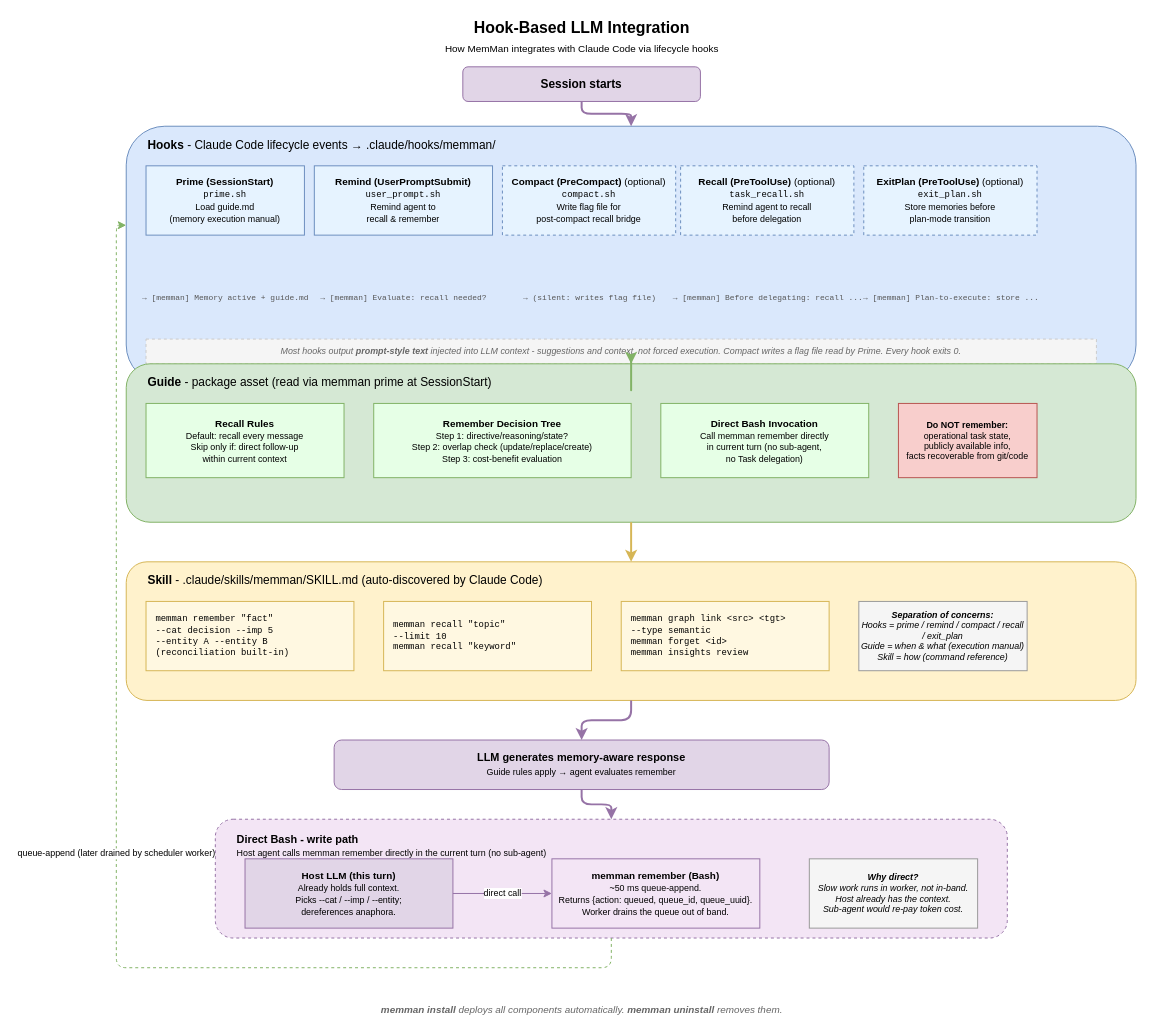
Earlier version of the draw.io diagram docs/diagrams/07-three-layer-integration.drawio (bissli/memman). Source tidied: cells renumbered, new cells numbered last; positions are measured from the earlier drawing's top-left corner, leaving out a move shared by most shapes. Both pictures are drawn from the tidied source at 99%, with x=0, y=0 at pixel (116, 17).
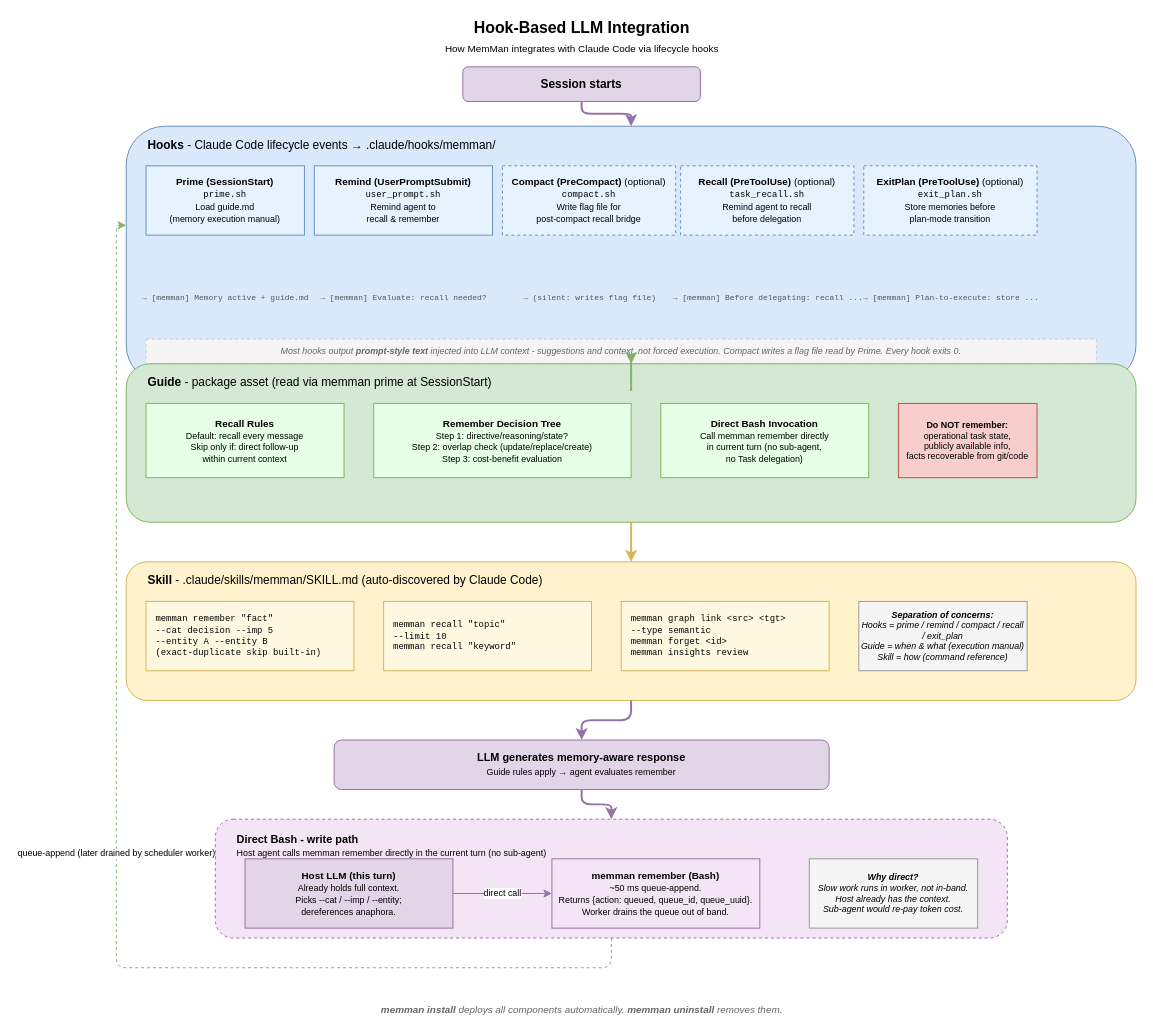
After the change.

Diff of the diagram source:
```diff
@@
-    <mxCell id="27" value="&lt;font style=&quot;font-family:monospace;font-size:9px&quot;&gt;memman remember &quot;fact&quot;&lt;br&gt;  --cat decision --imp 5&lt;br&gt;  --entity A --entity B&lt;br&gt;  (reconciliation built-in)&lt;/font&gt;" style="rounded=0;whiteSpace=wrap;html=1;fillColor=#FFF8E1;strokeColor=#d6b656;fontSize=9;align=left;spacingLeft=8;" parent="1" vertex="1">
+    <mxCell id="27" value="&lt;font style=&quot;font-family:monospace;font-size:9px&quot;&gt;memman remember &quot;fact&quot;&lt;br&gt;  --cat decision --imp 5&lt;br&gt;  --entity A --entity B&lt;br&gt;  (exact-duplicate skip built-in)&lt;/font&gt;" style="rounded=0;whiteSpace=wrap;html=1;fillColor=#FFF8E1;strokeColor=#d6b656;fontSize=9;align=left;spacingLeft=8;" parent="1" vertex="1">
       <mxGeometry x="30" y="590" width="210" height="70" as="geometry" />
     </mxCell>
```
